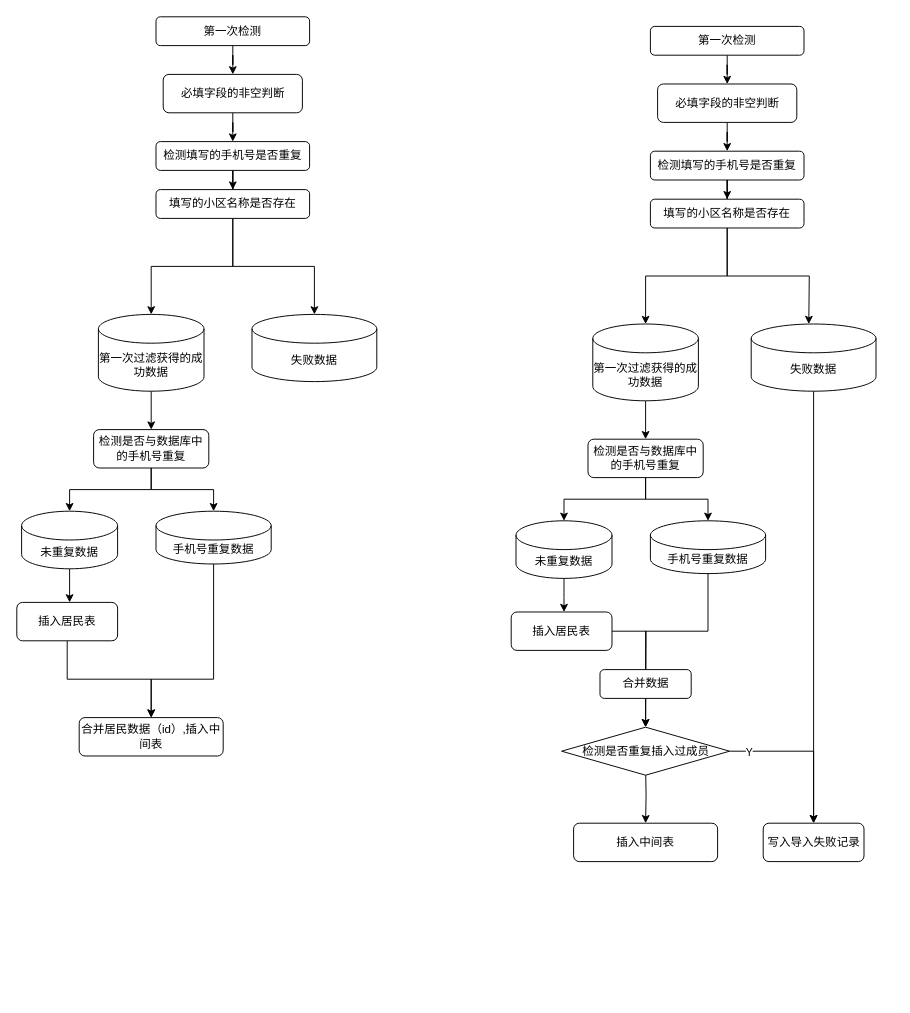
Above: 未命名绘图.drawio in DearJJJ/my_design_pattern (draw.io), before the change. Source tidied: cells renumbered, new cells numbered last; positions are measured from the earlier drawing's top-left corner, leaving out a move shared by most shapes. Both pictures are drawn from the tidied source at 96%, with x=0, y=0 at pixel (16, 16).
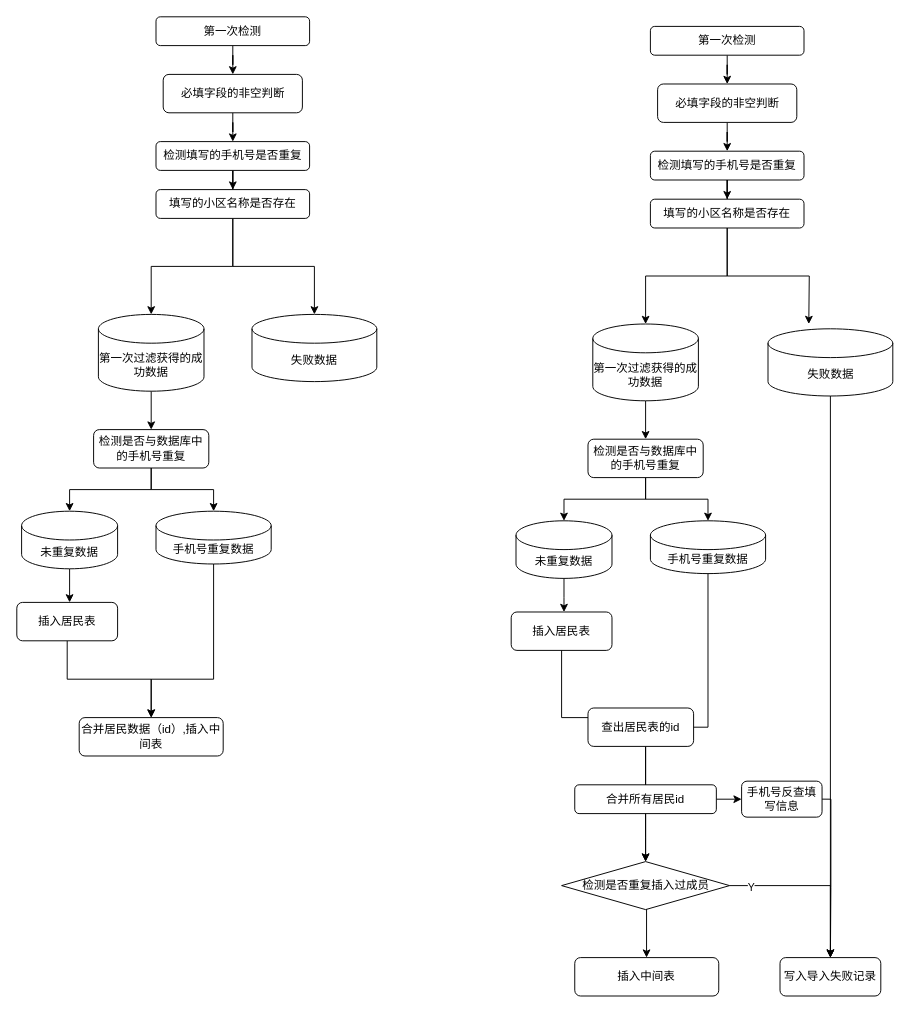
The same diagram, later.

Commit message:
更新未命名绘图.drawio

The change refers to these unchanged cells:
```xml
<mxCell id="41" value="手机号重复数据" style="shape=cylinder3;whiteSpace=wrap;html=1;boundedLbl=1;backgroundOutline=1;size=15;" parent="1" vertex="1">
  <mxGeometry x="660" y="525" width="120" height="55" as="geometry" />
</mxCell>
<mxCell id="43" value="插入居民表" style="rounded=1;whiteSpace=wrap;html=1;" parent="1" vertex="1">
  <mxGeometry x="515" y="620" width="105" height="40" as="geometry" />
</mxCell>
```

Diff of the diagram source:
```diff
@@
-    <mxCell id="40" style="edgeStyle=orthogonalEdgeStyle;rounded=0;jettySize=auto;html=1;" parent="1" edge="1" source="41">
+    <mxCell id="40" style="edgeStyle=orthogonalEdgeStyle;rounded=0;jettySize=auto;html=1;" parent="1" edge="1" source="41" target="51">
       <mxGeometry relative="1" as="geometry">
-        <mxPoint x="655" y="740" as="targetPoint" />
         <Array as="points">
-          <mxPoint x="720" y="640" />
-          <mxPoint x="655" y="640" />
+          <mxPoint x="720" y="740" />
+          <mxPoint x="655" y="740" />
         </Array>
       </mxGeometry>
     </mxCell>
@@
-    <mxCell id="42" style="edgeStyle=orthogonalEdgeStyle;rounded=0;jettySize=auto;html=1;" parent="1" edge="1" source="43">
-      <mxGeometry relative="1" as="geometry">
-        <mxPoint x="655" y="740" as="targetPoint" />
-      </mxGeometry>
+    <mxCell id="42" style="edgeStyle=orthogonalEdgeStyle;rounded=0;jettySize=auto;html=1;startArrow=none;" parent="1" edge="1" source="52" target="51">
+      <mxGeometry relative="1" as="geometry" />
     </mxCell>
@@
     <mxCell id="44" style="edgeStyle=orthogonalEdgeStyle;rounded=0;jettySize=auto;html=1;exitX=0.5;exitY=1;exitDx=0;exitDy=0;" parent="1" edge="1" target="48">
       <mxGeometry relative="1" as="geometry">
-        <mxPoint x="655" y="780" as="sourcePoint" />
+        <mxPoint x="645" y="920" as="sourcePoint" />
+        <Array as="points">
+          <mxPoint x="656" y="920" />
+        </Array>
       </mxGeometry>
     </mxCell>
@@
     <mxCell id="46" value="失败数据" style="shape=cylinder3;whiteSpace=wrap;html=1;boundedLbl=1;backgroundOutline=1;size=15;" parent="1" vertex="1">
-      <mxGeometry x="765" y="320" width="130" height="70" as="geometry" />
+      <mxGeometry x="782.5" y="325" width="130" height="70" as="geometry" />
     </mxCell>
     <mxCell id="47" value="写入导入失败记录" style="rounded=1;whiteSpace=wrap;html=1;" parent="1" vertex="1">
-      <mxGeometry x="777.5" y="840" width="105" height="40" as="geometry" />
+      <mxGeometry x="795" y="980" width="105" height="40" as="geometry" />
     </mxCell>
     <mxCell id="48" value="插入中间表" style="rounded=1;whiteSpace=wrap;html=1;" parent="1" vertex="1">
-      <mxGeometry x="580" y="840" width="150" height="40" as="geometry" />
+      <mxGeometry x="581.2" y="980" width="150" height="40" as="geometry" />
     </mxCell>
@@
     <mxCell id="51" value="检测是否重复插入过成员" style="rhombus;whiteSpace=wrap;html=1;" parent="1" vertex="1">
-      <mxGeometry x="567.5" y="740" width="175" height="50" as="geometry" />
+      <mxGeometry x="567.5" y="880" width="175" height="50" as="geometry" />
     </mxCell>
+    <mxCell id="53" style="edgeStyle=orthogonalEdgeStyle;rounded=0;jettySize=auto;html=1;" parent="1" edge="1" source="52" target="57">
+      <mxGeometry relative="1" as="geometry" />
+    </mxCell>
-    <mxCell id="52" value="合并数据" style="rounded=1;whiteSpace=wrap;html=1;" parent="1" vertex="1">
-      <mxGeometry x="607.5" y="680" width="95" height="30" as="geometry" />
+    <mxCell id="52" value="合并所有居民id" style="rounded=1;whiteSpace=wrap;html=1;" parent="1" vertex="1">
+      <mxGeometry x="581.2" y="800" width="147.5" height="30" as="geometry" />
     </mxCell>
+    <mxCell id="54" style="edgeStyle=orthogonalEdgeStyle;rounded=0;jettySize=auto;html=1;endArrow=none;" parent="1" edge="1" source="43" target="52">
+      <mxGeometry relative="1" as="geometry" />
+    </mxCell>
+    <mxCell id="55" value="查出居民表的id" style="rounded=1;whiteSpace=wrap;html=1;" parent="1" vertex="1">
+      <mxGeometry x="595" y="720" width="110" height="40" as="geometry" />
+    </mxCell>
+    <mxCell id="56" style="edgeStyle=orthogonalEdgeStyle;rounded=0;jettySize=auto;html=1;exitX=1;exitY=0.5;exitDx=0;exitDy=0;entryX=0.5;entryY=0;entryDx=0;entryDy=0;" parent="1" edge="1" source="57" target="47">
+      <mxGeometry relative="1" as="geometry">
+        <Array as="points">
+          <mxPoint x="848" y="815" />
+          <mxPoint x="848" y="907" />
+        </Array>
+      </mxGeometry>
+    </mxCell>
+    <mxCell id="57" value="手机号反查填写信息" style="whiteSpace=wrap;html=1;rounded=1;" parent="1" vertex="1">
+      <mxGeometry x="755" y="796.2" width="83.8" height="37.5" as="geometry" />
+    </mxCell>
```
